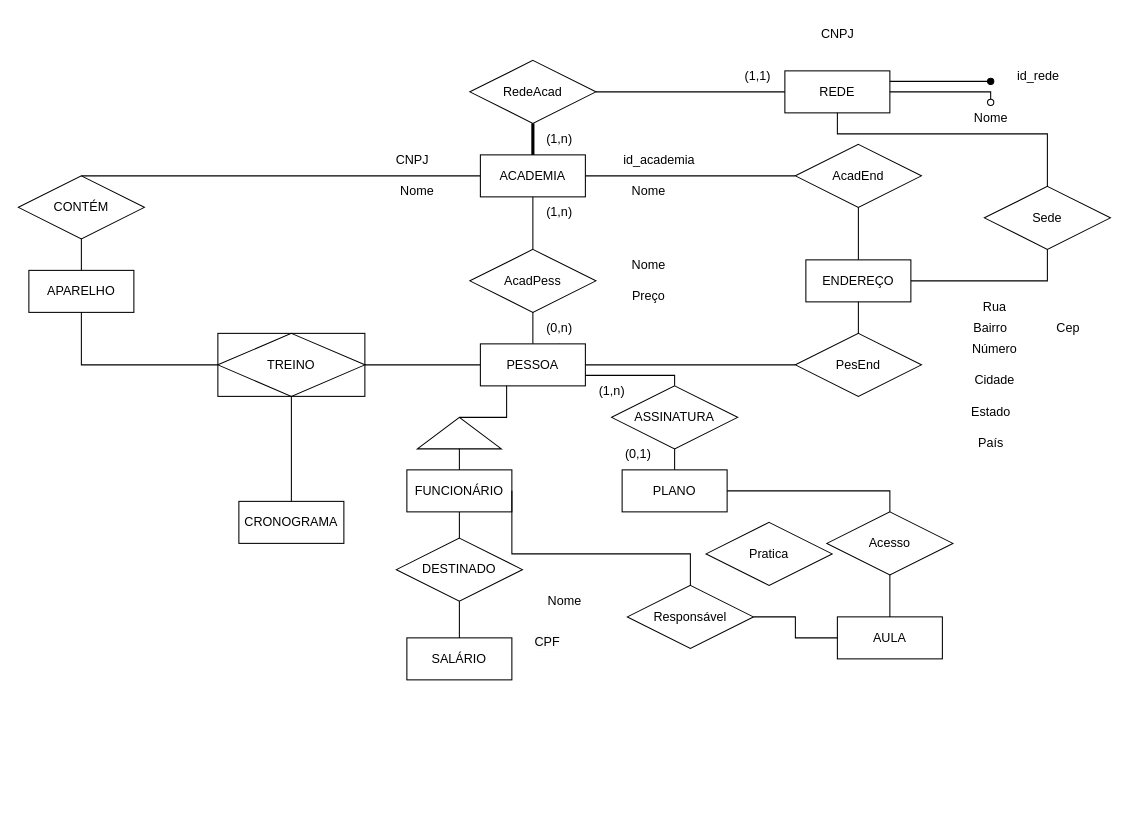
Before: bdSchemasGymSchedule.drawio in NEVES070305/gymSchedule, a draw.io diagram. Source tidied: cells renumbered, new cells numbered last; positions are measured from the earlier drawing's top-left corner, leaving out a move shared by most shapes. Both pictures are drawn from the tidied source at 105%, with x=0, y=0 at pixel (18, 18).
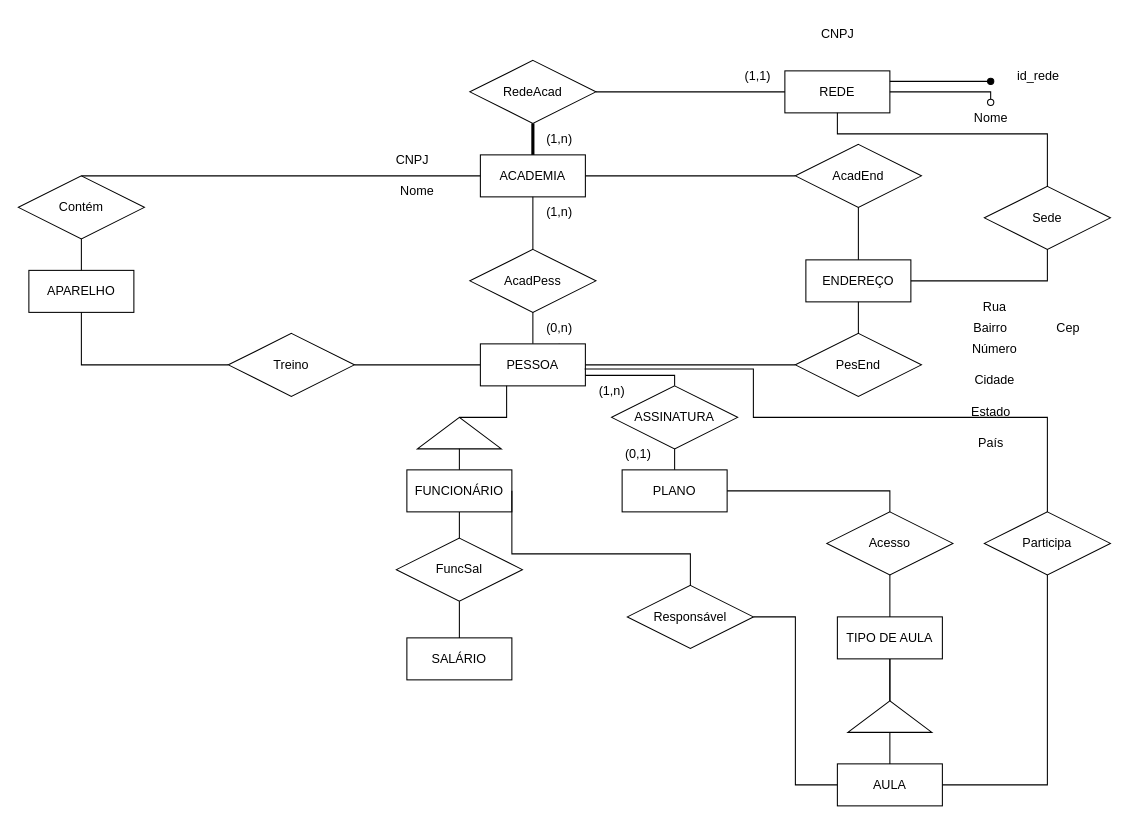
Above is the later version.

The change refers to these unchanged cells:
```xml
<mxCell id="29" value="PESSOA" style="whiteSpace=wrap;html=1;align=center;" parent="1" vertex="1">
  <mxGeometry x="440" y="310" width="100" height="40" as="geometry" />
</mxCell>
<mxCell id="61" value="APARELHO" style="whiteSpace=wrap;html=1;align=center;" parent="1" vertex="1">
  <mxGeometry x="10" y="240" width="100" height="40" as="geometry" />
</mxCell>
<mxCell id="63" value="Acesso" style="shape=rhombus;perimeter=rhombusPerimeter;whiteSpace=wrap;html=1;align=center;" parent="1" vertex="1">
  <mxGeometry x="770" y="470" width="120" height="60" as="geometry" />
</mxCell>
```

The edit, as a diff of the source:
```diff
@@
-    <mxCell id="19" value="Nome" style="text;html=1;align=center;verticalAlign=middle;strokeColor=none;fillColor=none;" parent="1" vertex="1">
-      <mxGeometry x="490" y="540" width="60" height="30" as="geometry" />
-    </mxCell>
-    <mxCell id="20" value="&lt;span style=&quot;color: rgb(0, 0, 0); font-family: Helvetica; font-size: 12px; font-style: normal; font-variant-ligatures: normal; font-variant-caps: normal; font-weight: 400; letter-spacing: normal; orphans: 2; text-align: center; text-indent: 0px; text-transform: none; widows: 2; word-spacing: 0px; -webkit-text-stroke-width: 0px; white-space: nowrap; background-color: rgb(251, 251, 251); text-decoration-thickness: initial; text-decoration-style: initial; text-decoration-color: initial; display: inline !important; float: none;&quot;&gt;CPF&lt;/span&gt;" style="text;whiteSpace=wrap;html=1;" parent="1" vertex="1">
-      <mxGeometry x="490" y="580" width="40" height="20" as="geometry" />
-    </mxCell>
-    <mxCell id="21" value="id_academia" style="text;html=1;align=center;verticalAlign=middle;strokeColor=none;fillColor=none;" parent="1" vertex="1">
-      <mxGeometry x="565" y="120" width="90" height="30" as="geometry" />
-    </mxCell>
-    <mxCell id="22" value="Nome" style="text;html=1;align=center;verticalAlign=middle;strokeColor=none;fillColor=none;" parent="1" vertex="1">
-      <mxGeometry x="570" y="150" width="60" height="30" as="geometry" />
-    </mxCell>
@@
-    <mxCell id="24" value="Nome" style="text;html=1;align=center;verticalAlign=middle;strokeColor=none;fillColor=none;" parent="1" vertex="1">
-      <mxGeometry x="570" y="220" width="60" height="30" as="geometry" />
-    </mxCell>
-    <mxCell id="25" value="Preço" style="text;html=1;align=center;verticalAlign=middle;strokeColor=none;fillColor=none;" parent="1" vertex="1">
-      <mxGeometry x="575" y="250" width="50" height="30" as="geometry" />
-    </mxCell>
@@
-    <mxCell id="28" style="edgeStyle=orthogonalEdgeStyle;rounded=0;jettySize=auto;html=1;endArrow=none;endFill=0;entryX=1;entryY=0.5;entryDx=0;entryDy=0;" parent="1" edge="1" source="29" target="72">
+    <mxCell id="28" style="edgeStyle=orthogonalEdgeStyle;rounded=0;jettySize=auto;html=1;endArrow=none;endFill=0;entryX=1;entryY=0.5;entryDx=0;entryDy=0;" parent="1" edge="1" source="29" target="85">
       <mxGeometry relative="1" as="geometry" />
     </mxCell>
@@
-    <mxCell id="48" value="DESTINADO" style="shape=rhombus;perimeter=rhombusPerimeter;whiteSpace=wrap;html=1;align=center;" parent="1" vertex="1">
+    <mxCell id="48" value="FuncSal" style="shape=rhombus;perimeter=rhombusPerimeter;whiteSpace=wrap;html=1;align=center;" parent="1" vertex="1">
       <mxGeometry x="360" y="495" width="120" height="60" as="geometry" />
     </mxCell>
@@
     <mxCell id="62" value="AULA" style="whiteSpace=wrap;html=1;align=center;" parent="1" vertex="1">
-      <mxGeometry x="780" y="570" width="100" height="40" as="geometry" />
+      <mxGeometry x="780" y="710" width="100" height="40" as="geometry" />
     </mxCell>
+    <mxCell id="77" style="edgeStyle=orthogonalEdgeStyle;rounded=0;jettySize=auto;html=1;endArrow=none;endFill=0;" parent="1" edge="1" source="63" target="78">
+      <mxGeometry relative="1" as="geometry" />
+    </mxCell>
@@
-    <mxCell id="65" style="endArrow=none;html=1;rounded=0;entryX=0.5;entryY=1;entryDx=0;entryDy=0;exitX=0.5;exitY=0;exitDx=0;exitDy=0;" parent="1" edge="1" source="62" target="63">
-      <mxGeometry relative="1" as="geometry" />
-    </mxCell>
-    <mxCell id="66" value="CONTÉM" style="shape=rhombus;perimeter=rhombusPerimeter;whiteSpace=wrap;html=1;align=center;" parent="1" vertex="1">
+    <mxCell id="66" value="Contém" style="shape=rhombus;perimeter=rhombusPerimeter;whiteSpace=wrap;html=1;align=center;" parent="1" vertex="1">
       <mxGeometry y="150" width="120" height="60" as="geometry" />
     </mxCell>
@@
-    <mxCell id="69" value="CRONOGRAMA" style="whiteSpace=wrap;html=1;align=center;" parent="1" vertex="1">
-      <mxGeometry x="210" y="460" width="100" height="40" as="geometry" />
-    </mxCell>
-    <mxCell id="70" style="edgeStyle=orthogonalEdgeStyle;rounded=0;jettySize=auto;html=1;endArrow=none;endFill=0;exitX=0.5;exitY=1;exitDx=0;exitDy=0;" parent="1" edge="1" source="72" target="69">
-      <mxGeometry relative="1" as="geometry" />
-    </mxCell>
-    <mxCell id="71" style="endArrow=none;html=1;rounded=0;entryX=0;entryY=0.5;entryDx=0;entryDy=0;exitX=0.5;exitY=1;exitDx=0;exitDy=0;" parent="1" edge="1" source="61" target="72">
+    <mxCell id="71" style="endArrow=none;html=1;rounded=0;entryX=0;entryY=0.5;entryDx=0;entryDy=0;exitX=0.5;exitY=1;exitDx=0;exitDy=0;" parent="1" edge="1" source="61" target="85">
       <mxGeometry relative="1" as="geometry">
         <Array as="points">
           <mxPoint x="60" y="330" />
         </Array>
       </mxGeometry>
     </mxCell>
-    <mxCell id="72" value="TREINO" style="shape=associativeEntity;whiteSpace=wrap;html=1;align=center;" parent="1" vertex="1">
-      <mxGeometry x="190" y="300" width="140" height="60" as="geometry" />
-    </mxCell>
@@
-    <mxCell id="76" value="Pratica" style="shape=rhombus;perimeter=rhombusPerimeter;whiteSpace=wrap;html=1;align=center;" parent="1" vertex="1">
-      <mxGeometry x="655" y="480" width="120" height="60" as="geometry" />
-    </mxCell>
+    <mxCell id="78" value="TIPO DE AULA" style="whiteSpace=wrap;html=1;align=center;" parent="1" vertex="1">
+      <mxGeometry x="780" y="570" width="100" height="40" as="geometry" />
+    </mxCell>
+    <mxCell id="79" style="edgeStyle=orthogonalEdgeStyle;rounded=0;jettySize=auto;html=1;endArrow=none;endFill=0;" parent="1" edge="1" source="80" target="62">
+      <mxGeometry relative="1" as="geometry" />
+    </mxCell>
+    <mxCell id="80" style="triangle;whiteSpace=wrap;html=1;direction=north;" parent="1" vertex="1">
+      <mxGeometry x="790" y="650" width="80" height="30" as="geometry" />
+    </mxCell>
+    <mxCell id="81" style="edgeStyle=orthogonalEdgeStyle;rounded=0;jettySize=auto;html=1;endArrow=none;endFill=0;exitX=0.5;exitY=1;exitDx=0;exitDy=0;entryX=1;entryY=0.5;entryDx=0;entryDy=0;" parent="1" edge="1" source="78" target="80">
+      <mxGeometry relative="1" as="geometry" />
+    </mxCell>
+    <mxCell id="82" style="edgeStyle=orthogonalEdgeStyle;rounded=0;jettySize=auto;html=1;endArrow=none;endFill=0;exitX=0.5;exitY=1;exitDx=0;exitDy=0;entryX=1;entryY=0.5;entryDx=0;entryDy=0;" parent="1" edge="1" source="78" target="80">
+      <mxGeometry relative="1" as="geometry">
+        <Array as="points">
+          <mxPoint x="830" y="620" />
+          <mxPoint x="830" y="620" />
+        </Array>
+      </mxGeometry>
+    </mxCell>
+    <mxCell id="83" value="Participa" style="shape=rhombus;perimeter=rhombusPerimeter;whiteSpace=wrap;html=1;align=center;" parent="1" vertex="1">
+      <mxGeometry x="920" y="470" width="120" height="60" as="geometry" />
+    </mxCell>
+    <mxCell id="84" style="endArrow=none;html=1;rounded=0;exitX=0.993;exitY=0.6;exitDx=0;exitDy=0;exitPerimeter=0;entryX=0.5;entryY=0;entryDx=0;entryDy=0;" parent="1" edge="1" source="29" target="83">
+      <mxGeometry relative="1" as="geometry">
+        <Array as="points">
+          <mxPoint x="700" y="334" />
+          <mxPoint x="700" y="380" />
+          <mxPoint x="800" y="380" />
+          <mxPoint x="980" y="380" />
+        </Array>
+      </mxGeometry>
+    </mxCell>
+    <mxCell id="85" value="Treino" style="shape=rhombus;perimeter=rhombusPerimeter;whiteSpace=wrap;html=1;align=center;" parent="1" vertex="1">
+      <mxGeometry x="200" y="300" width="120" height="60" as="geometry" />
+    </mxCell>
+    <mxCell id="86" style="endArrow=none;html=1;rounded=0;entryX=0.5;entryY=1;entryDx=0;entryDy=0;exitX=1;exitY=0.5;exitDx=0;exitDy=0;" parent="1" edge="1" source="62" target="83">
+      <mxGeometry relative="1" as="geometry">
+        <Array as="points">
+          <mxPoint x="980" y="730" />
+        </Array>
+      </mxGeometry>
+    </mxCell>
```
